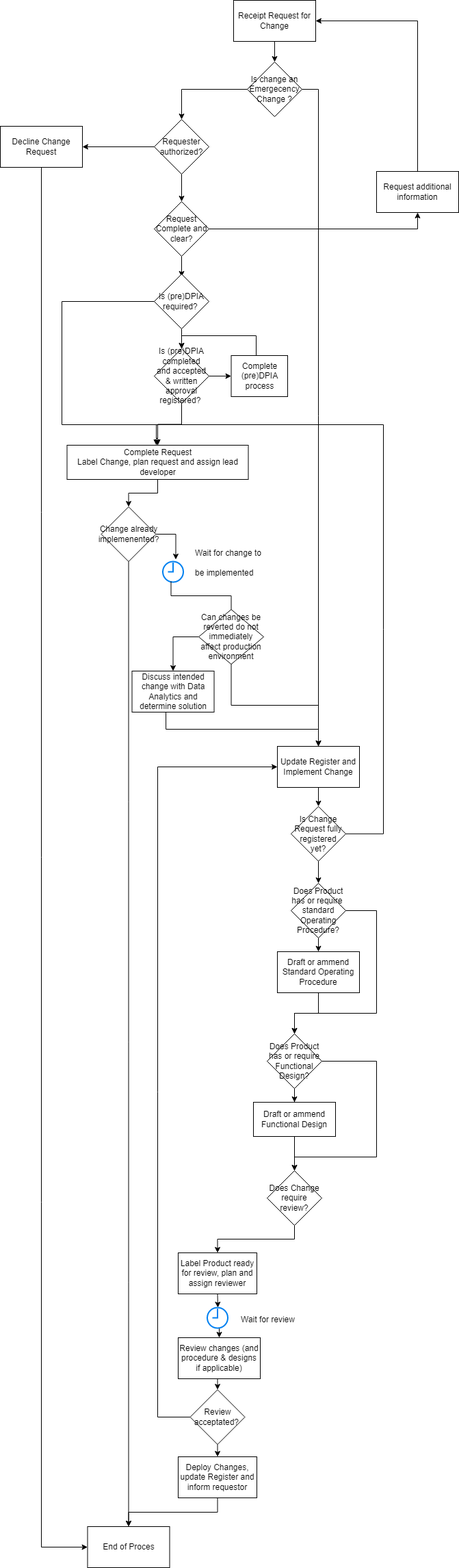
This is changeManagementProcesFlow.drawio.png from DMPM-BoumaW/Change-Management-Proces, a draw.io export, as it was before one commit. Source tidied: cells renumbered, new cells last; positions are measured from the earlier drawing's top-left corner, leaving out a move shared by most shapes.
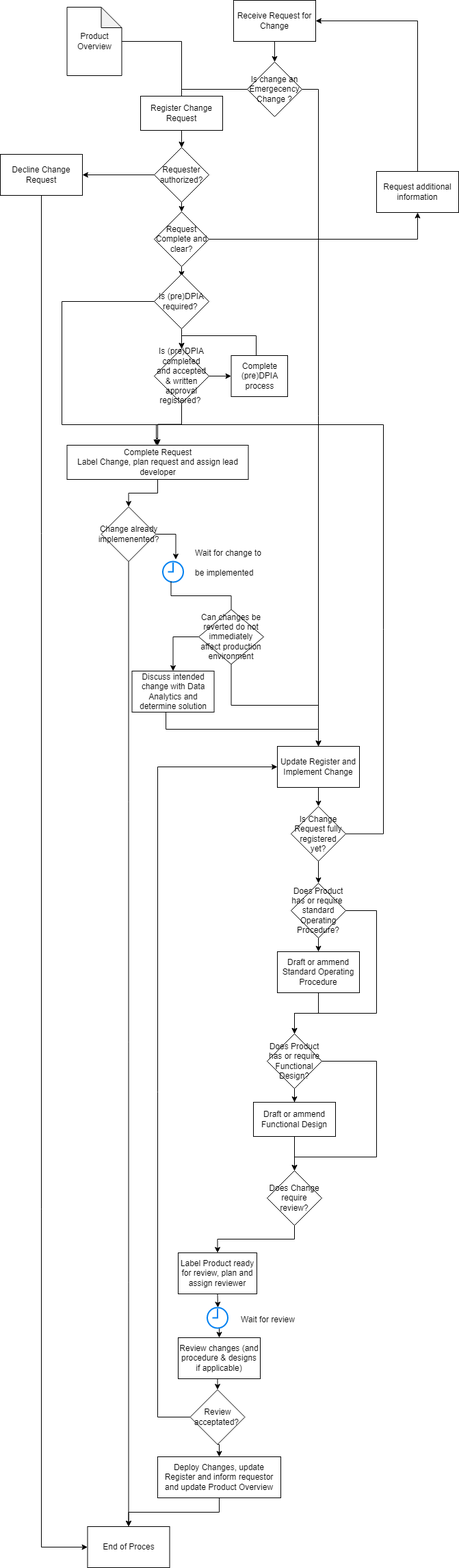
After the commit.

Change to the diagram source:
```diff
@@ -3,13 +3,13 @@
     <mxCell id="0" />
     <mxCell id="1" parent="0" />
     <mxCell id="2" value="Requester authorized?" style="rhombus;whiteSpace=wrap;html=1;" parent="1" vertex="1">
-      <mxGeometry x="225" y="174" width="80" height="80" as="geometry" />
+      <mxGeometry x="225" y="215" width="80" height="80" as="geometry" />
     </mxCell>
     <mxCell id="3" style="edgeStyle=orthogonalEdgeStyle;rounded=0;jettySize=auto;html=1;entryX=1;entryY=0.5;entryDx=0;entryDy=0;exitX=0;exitY=0.5;exitDx=0;exitDy=0;" parent="1" edge="1" source="2" target="4">
       <mxGeometry relative="1" as="geometry" />
     </mxCell>
     <mxCell id="4" value="Decline Change Request" style="rounded=0;whiteSpace=wrap;html=1;" parent="1" vertex="1">
-      <mxGeometry y="184" width="120" height="60" as="geometry" />
+      <mxGeometry y="225" width="120" height="60" as="geometry" />
     </mxCell>
     <mxCell id="5" value="End of Proces" style="rounded=0;whiteSpace=wrap;html=1;" parent="1" vertex="1">
       <mxGeometry x="127.5" y="2230" width="120" height="60" as="geometry" />
@@ -20,7 +20,7 @@
     <mxCell id="7" style="edgeStyle=orthogonalEdgeStyle;rounded=0;jettySize=auto;html=1;" parent="1" edge="1" source="8" target="23">
       <mxGeometry relative="1" as="geometry" />
     </mxCell>
-    <mxCell id="8" value="Receipt Request for Change" style="rounded=0;whiteSpace=wrap;html=1;" parent="1" vertex="1">
+    <mxCell id="8" value="Receive Request for Change" style="rounded=0;whiteSpace=wrap;html=1;" parent="1" vertex="1">
       <mxGeometry x="341" width="120" height="60" as="geometry" />
     </mxCell>
     <mxCell id="9" style="edgeStyle=orthogonalEdgeStyle;rounded=0;jettySize=auto;html=1;exitX=0.5;exitY=1;exitDx=0;exitDy=0;entryX=0.5;entryY=0;entryDx=0;entryDy=0;" parent="1" edge="1" source="10">
@@ -29,7 +29,7 @@
       </mxGeometry>
     </mxCell>
     <mxCell id="10" value="Request Complete and clear?" style="rhombus;whiteSpace=wrap;html=1;" parent="1" vertex="1">
-      <mxGeometry x="225" y="294" width="80" height="80" as="geometry" />
+      <mxGeometry x="225" y="309" width="80" height="80" as="geometry" />
     </mxCell>
     <mxCell id="11" style="edgeStyle=orthogonalEdgeStyle;rounded=0;jettySize=auto;html=1;entryX=0.5;entryY=0;entryDx=0;entryDy=0;exitX=0.5;exitY=1;exitDx=0;exitDy=0;" parent="1" edge="1" source="2" target="10">
       <mxGeometry relative="1" as="geometry" />
@@ -244,8 +244,22 @@
     <mxCell id="66" style="edgeStyle=orthogonalEdgeStyle;rounded=0;jettySize=auto;html=1;entryX=0.5;entryY=0;entryDx=0;entryDy=0;exitX=0.5;exitY=1;exitDx=0;exitDy=0;" parent="1" edge="1" source="67" target="5">
       <mxGeometry relative="1" as="geometry" />
     </mxCell>
-    <mxCell id="67" value="Deploy Changes, update Register and inform requestor" style="rounded=0;whiteSpace=wrap;html=1;" parent="1" vertex="1">
-      <mxGeometry x="260" y="2128" width="115" height="60" as="geometry" />
+    <mxCell id="67" value="Deploy Changes, update Register and inform requestor and update Product Overview" style="rounded=0;whiteSpace=wrap;html=1;" parent="1" vertex="1">
+      <mxGeometry x="230" y="2128" width="180" height="60" as="geometry" />
     </mxCell>
+    <mxCell id="68" style="edgeStyle=orthogonalEdgeStyle;rounded=0;jettySize=auto;html=1;entryX=0.5;entryY=0;entryDx=0;entryDy=0;startArrow=none;" parent="1" edge="1" target="2">
+      <mxGeometry relative="1" as="geometry">
+        <mxPoint x="265" y="190" as="sourcePoint" />
+      </mxGeometry>
+    </mxCell>
+    <mxCell id="69" value="Product Overview" style="shape=note;whiteSpace=wrap;html=1;backgroundOutline=1;darkOpacity=0.05;" parent="1" vertex="1">
+      <mxGeometry x="97.5" y="10" width="80" height="100" as="geometry" />
+    </mxCell>
+    <mxCell id="70" value="Register Change Request" style="rounded=0;whiteSpace=wrap;html=1;" parent="1" vertex="1">
+      <mxGeometry x="205" y="140" width="120" height="50" as="geometry" />
+    </mxCell>
+    <mxCell id="71" style="edgeStyle=orthogonalEdgeStyle;rounded=0;jettySize=auto;html=1;entryX=0.5;entryY=0;entryDx=0;entryDy=0;endArrow=none;" parent="1" edge="1" source="69" target="70">
+      <mxGeometry relative="1" as="geometry" />
+    </mxCell>
   </root>
 </mxGraphModel>
```
